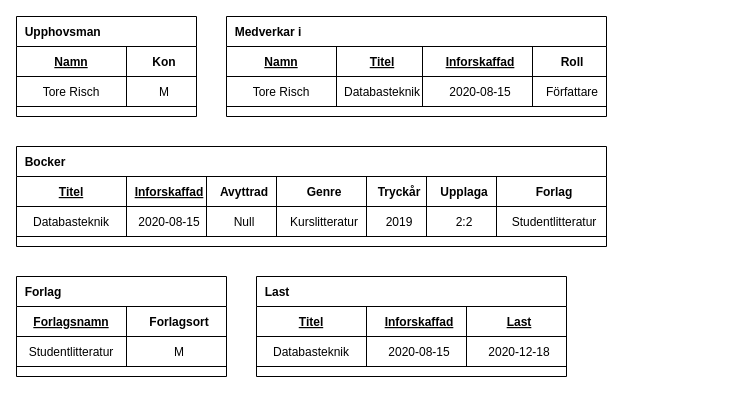
Above: page "Tabellschema" (2 of 2) of Boksamling.drawio in Ingelisun/ERmodels (draw.io), before the change. Source tidied: cells renumbered, new cells numbered last; positions are measured from the earlier drawing's top-left corner, leaving out a move shared by most shapes. Both pictures are drawn from the tidied source at 100%, with x=0, y=0 at pixel (16, 16).
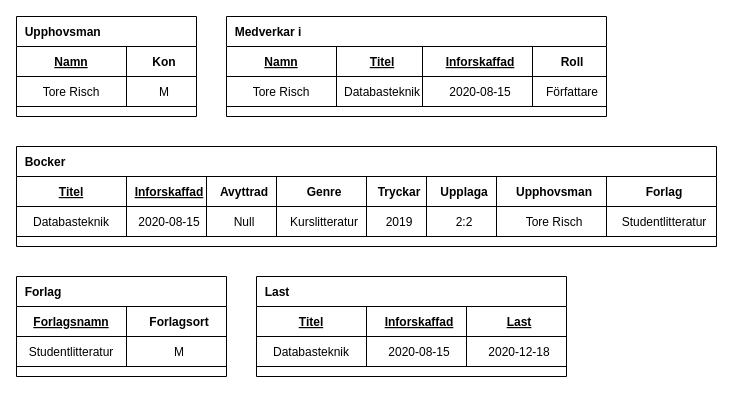
Above is the later version.

Change to the diagram source:
```diff
@@
     <mxCell id="9" value="  Bocker" style="shape=table;startSize=30;childLayout=tableLayout;rowLines=0;fontStyle=1;align=left;" parent="1" vertex="1">
-      <mxGeometry y="130" width="590" height="100" as="geometry" />
+      <mxGeometry y="130" width="700" height="100" as="geometry" />
     </mxCell>
     <mxCell id="10" style="shape=partialRectangle;fillColor=none;top=0;left=0;bottom=1;right=0;" parent="9" vertex="1">
-      <mxGeometry y="30" width="590" height="30" as="geometry" />
+      <mxGeometry y="30" width="700" height="30" as="geometry" />
     </mxCell>
@@
-    <mxCell id="15" value="Tryckår" style="shape=partialRectangle;fillColor=none;top=0;left=0;bottom=0;right=0;align=center;spacingLeft=6;fontStyle=1;overflow=hidden;" parent="10" vertex="1">
+    <mxCell id="15" value="Tryckar" style="shape=partialRectangle;fillColor=none;top=0;left=0;bottom=0;right=0;align=center;spacingLeft=6;fontStyle=1;overflow=hidden;" parent="10" vertex="1">
       <mxGeometry x="350" width="60" height="30" as="geometry" />
     </mxCell>
@@
+    <mxCell id="53" value="Upphovsman" style="shape=partialRectangle;fillColor=none;top=0;left=0;bottom=0;right=0;align=center;spacingLeft=6;fontStyle=1;overflow=hidden;" parent="10" vertex="1">
+      <mxGeometry x="480" width="110" height="30" as="geometry" />
+    </mxCell>
     <mxCell id="17" value="Forlag" style="shape=partialRectangle;fillColor=none;top=0;left=0;bottom=0;right=0;align=center;spacingLeft=6;fontStyle=1;overflow=hidden;" parent="10" vertex="1">
-      <mxGeometry x="480" width="110" height="30" as="geometry" />
+      <mxGeometry x="590" width="110" height="30" as="geometry" />
     </mxCell>
     <mxCell id="18" style="shape=partialRectangle;fillColor=none;top=0;left=0;bottom=1;right=0;" parent="9" vertex="1">
-      <mxGeometry y="60" width="590" height="30" as="geometry" />
+      <mxGeometry y="60" width="700" height="30" as="geometry" />
     </mxCell>
@@
+    <mxCell id="54" value="Tore Risch" style="shape=partialRectangle;fillColor=none;top=0;left=0;bottom=0;right=0;align=center;spacingLeft=6;fontStyle=0;overflow=hidden;" parent="18" vertex="1">
+      <mxGeometry x="480" width="110" height="30" as="geometry" />
+    </mxCell>
     <mxCell id="25" value="Studentlitteratur" style="shape=partialRectangle;fillColor=none;top=0;left=0;bottom=0;right=0;align=center;spacingLeft=6;fontStyle=0;overflow=hidden;" parent="18" vertex="1">
-      <mxGeometry x="480" width="110" height="30" as="geometry" />
+      <mxGeometry x="590" width="110" height="30" as="geometry" />
     </mxCell>
```
